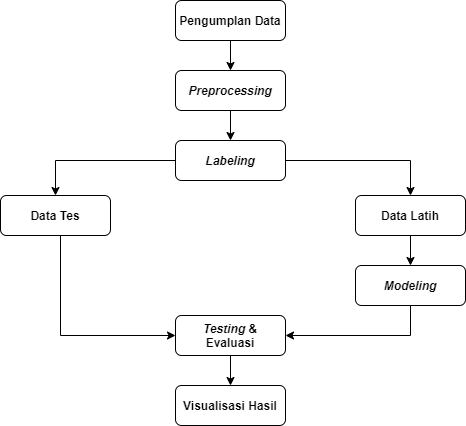
The draw.io diagram Dokumen TA/Alur FIX BAB III 3.2.png in muspriandi/TextMining-SentimentAnalysis, before a commit. Source tidied: cells renumbered, new cells last; positions are measured from the earlier drawing's top-left corner, leaving out a move shared by most shapes.
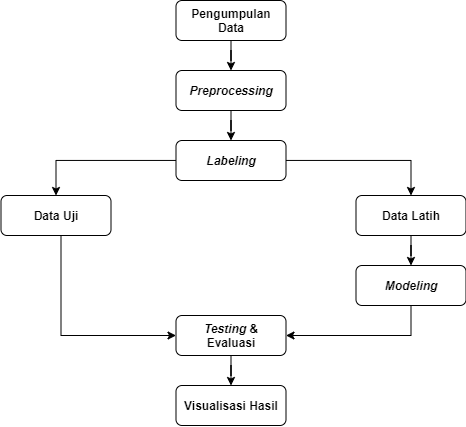
Later version of the same file.

Diff of the diagram source:
```diff
@@ -2,12 +2,12 @@
   <root>
     <mxCell id="0" />
     <mxCell id="1" parent="0" />
-    <mxCell id="2" style="edgeStyle=orthogonalEdgeStyle;rounded=0;jettySize=auto;html=1;entryX=0.5;entryY=0;entryDx=0;entryDy=0;" parent="1" edge="1" source="3" target="8">
-      <mxGeometry relative="1" as="geometry" />
-    </mxCell>
-    <mxCell id="3" value="Pengumplan Data" style="rounded=1;whiteSpace=wrap;html=1;fontStyle=1;" parent="1" vertex="1">
-      <mxGeometry x="175" width="110" height="40" as="geometry" />
-    </mxCell>
+    <mxCell id="18" style="edgeStyle=orthogonalEdgeStyle;rounded=0;jettySize=auto;html=1;entryX=0.5;entryY=0;entryDx=0;entryDy=0;" parent="1" edge="1" source="19" target="8">
+      <mxGeometry relative="1" as="geometry" />
+    </mxCell>
+    <mxCell id="19" value="Pengumpulan Data" style="rounded=1;whiteSpace=wrap;html=1;fontStyle=1;" parent="1" vertex="1">
+      <mxGeometry x="175" width="110" height="40" as="geometry" />
+    </mxCell>
     <mxCell id="4" style="edgeStyle=orthogonalEdgeStyle;rounded=0;jettySize=auto;html=1;entryX=0.5;entryY=0;entryDx=0;entryDy=0;" parent="1" edge="1" source="5" target="6">
       <mxGeometry relative="1" as="geometry" />
     </mxCell>
@@ -23,25 +23,25 @@
     <mxCell id="8" value="&lt;i&gt;Preprocessing&lt;/i&gt;" style="rounded=1;whiteSpace=wrap;html=1;fontStyle=1;" parent="1" vertex="1">
       <mxGeometry x="175" y="70" width="110" height="40" as="geometry" />
     </mxCell>
-    <mxCell id="9" style="edgeStyle=orthogonalEdgeStyle;rounded=0;jettySize=auto;html=1;entryX=0.5;entryY=0;entryDx=0;entryDy=0;" parent="1" edge="1" source="11" target="13">
-      <mxGeometry relative="1" as="geometry" />
-    </mxCell>
+    <mxCell id="20" style="edgeStyle=orthogonalEdgeStyle;rounded=0;jettySize=auto;html=1;entryX=0.5;entryY=0;entryDx=0;entryDy=0;" parent="1" edge="1" source="11" target="22">
+      <mxGeometry relative="1" as="geometry" />
+    </mxCell>
     <mxCell id="10" style="edgeStyle=orthogonalEdgeStyle;rounded=0;jettySize=auto;html=1;entryX=0.5;entryY=0;entryDx=0;entryDy=0;" parent="1" edge="1" source="11" target="15">
       <mxGeometry relative="1" as="geometry" />
     </mxCell>
     <mxCell id="11" value="Labeling" style="rounded=1;whiteSpace=wrap;html=1;fontStyle=3;" parent="1" vertex="1">
       <mxGeometry x="175" y="140" width="110" height="40" as="geometry" />
     </mxCell>
-    <mxCell id="12" style="edgeStyle=orthogonalEdgeStyle;rounded=0;jettySize=auto;html=1;entryX=0;entryY=0.5;entryDx=0;entryDy=0;" parent="1" edge="1" source="13" target="5">
-      <mxGeometry relative="1" as="geometry">
-        <Array as="points">
-          <mxPoint x="60" y="335" />
-        </Array>
-      </mxGeometry>
-    </mxCell>
-    <mxCell id="13" value="Data Tes" style="rounded=1;whiteSpace=wrap;html=1;fontStyle=1;" parent="1" vertex="1">
-      <mxGeometry y="195" width="110" height="40" as="geometry" />
-    </mxCell>
+    <mxCell id="21" style="edgeStyle=orthogonalEdgeStyle;rounded=0;jettySize=auto;html=1;entryX=0;entryY=0.5;entryDx=0;entryDy=0;" parent="1" edge="1" source="22" target="5">
+      <mxGeometry relative="1" as="geometry">
+        <Array as="points">
+          <mxPoint x="60" y="335" />
+        </Array>
+      </mxGeometry>
+    </mxCell>
+    <mxCell id="22" value="Data Uji" style="rounded=1;whiteSpace=wrap;html=1;fontStyle=1;" parent="1" vertex="1">
+      <mxGeometry y="195" width="110" height="40" as="geometry" />
+    </mxCell>
     <mxCell id="14" style="edgeStyle=orthogonalEdgeStyle;rounded=0;jettySize=auto;html=1;entryX=0.5;entryY=0;entryDx=0;entryDy=0;" parent="1" edge="1" source="15" target="17">
       <mxGeometry relative="1" as="geometry" />
     </mxCell>
```
